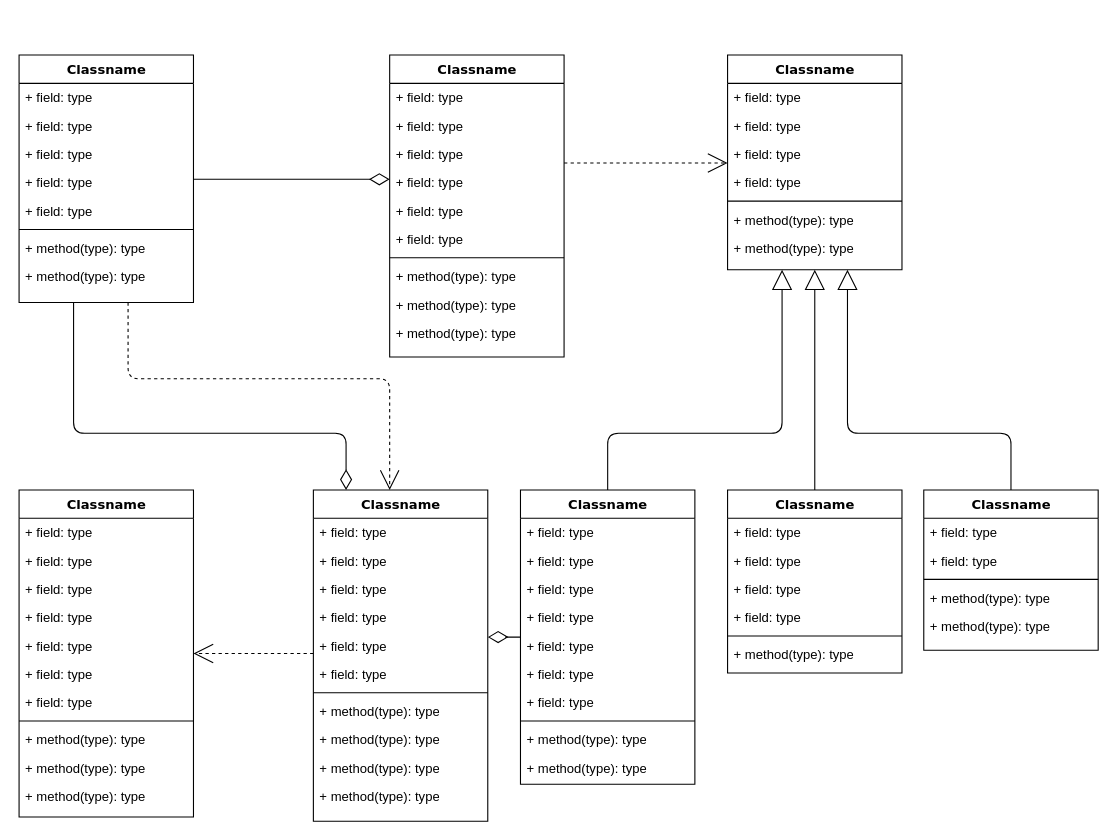
Before: Untitled Diagram.drawio in slng09/industrial-connect-onboarding-task, a draw.io diagram. Source tidied: cells renumbered, new cells numbered last; positions are measured from the earlier drawing's top-left corner, leaving out a move shared by most shapes. Both pictures are drawn from the tidied source at 109%, with x=0, y=0 at pixel (19, 55).
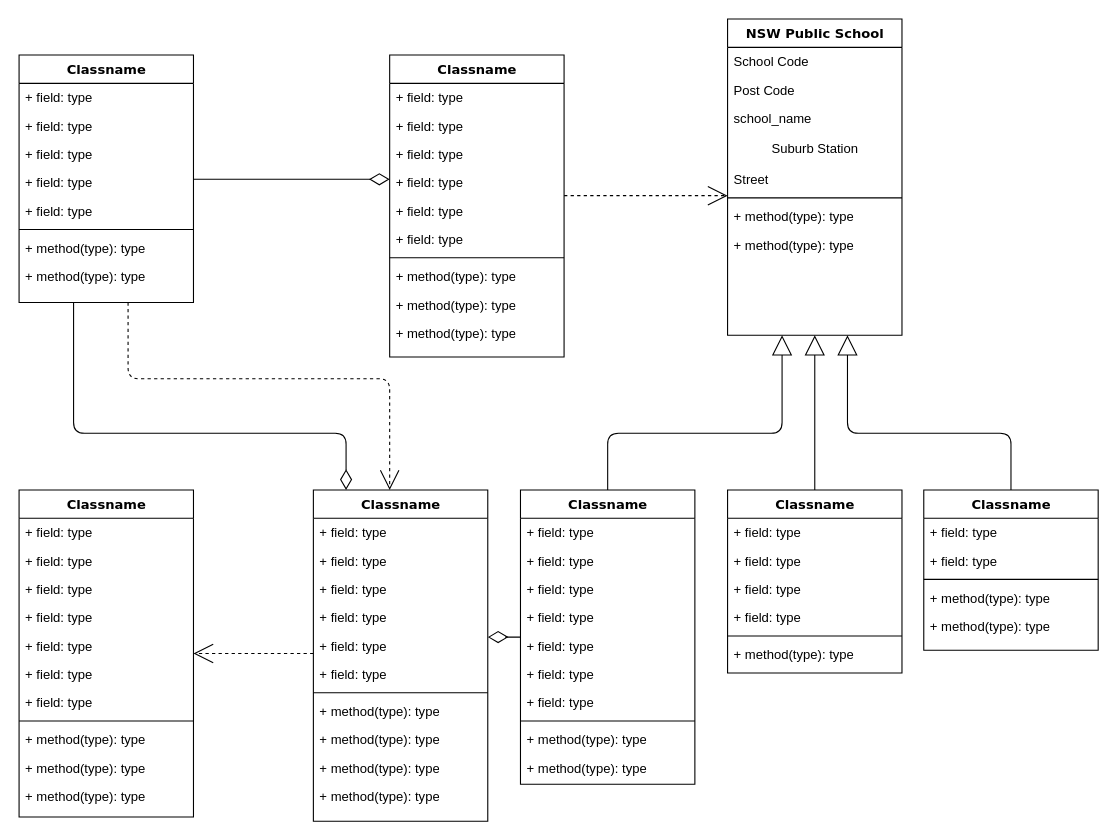
Above is the later version.

What changed in the source:
```diff
@@
-    <mxCell id="25" value="Classname" style="swimlane;html=1;fontStyle=1;align=center;verticalAlign=top;horizontal=1;startSize=26;swimlaneFillColor=#ffffff;rounded=0;shadow=0;comic=0;labelBackgroundColor=none;strokeWidth=1;fillColor=none;fontFamily=Verdana;fontSize=12;" parent="1" vertex="1">
-      <mxGeometry x="650" width="160" height="197" as="geometry" />
+    <mxCell id="25" value="NSW Public School" style="swimlane;html=1;fontStyle=1;align=center;verticalAlign=top;horizontal=1;startSize=26;swimlaneFillColor=#ffffff;rounded=0;shadow=0;comic=0;labelBackgroundColor=none;strokeWidth=1;fillColor=none;fontFamily=Verdana;fontSize=12;" parent="1" vertex="1">
+      <mxGeometry x="650" y="-33" width="160" height="290" as="geometry" />
     </mxCell>
-    <mxCell id="26" value="+ field: type" style="text;html=1;strokeColor=none;fillColor=none;align=left;verticalAlign=top;spacingLeft=4;spacingRight=4;whiteSpace=wrap;overflow=hidden;" parent="25" vertex="1">
+    <mxCell id="26" value="School Code" style="text;html=1;strokeColor=none;fillColor=none;align=left;verticalAlign=top;spacingLeft=4;spacingRight=4;whiteSpace=wrap;overflow=hidden;" parent="25" vertex="1">
       <mxGeometry y="26" width="160" height="26" as="geometry" />
     </mxCell>
-    <mxCell id="27" value="+ field: type" style="text;html=1;strokeColor=none;fillColor=none;align=left;verticalAlign=top;spacingLeft=4;spacingRight=4;whiteSpace=wrap;overflow=hidden;" parent="25" vertex="1">
+    <mxCell id="27" value="Post Code" style="text;html=1;strokeColor=none;fillColor=none;align=left;verticalAlign=top;spacingLeft=4;spacingRight=4;whiteSpace=wrap;overflow=hidden;" parent="25" vertex="1">
       <mxGeometry y="52" width="160" height="26" as="geometry" />
     </mxCell>
-    <mxCell id="28" value="+ field: type" style="text;html=1;strokeColor=none;fillColor=none;align=left;verticalAlign=top;spacingLeft=4;spacingRight=4;whiteSpace=wrap;overflow=hidden;" parent="25" vertex="1">
+    <mxCell id="28" value="school_name" style="text;html=1;strokeColor=none;fillColor=none;align=left;verticalAlign=top;spacingLeft=4;spacingRight=4;whiteSpace=wrap;overflow=hidden;" parent="25" vertex="1">
       <mxGeometry y="78" width="160" height="26" as="geometry" />
     </mxCell>
+    <mxCell id="87" value="Suburb Station" style="text;html=1;align=center;verticalAlign=middle;fillColor=none;strokeColor=none;rounded=0;" parent="25" vertex="1">
+      <mxGeometry y="104" width="160" height="30" as="geometry" />
+    </mxCell>
-    <mxCell id="29" value="+ field: type" style="text;html=1;strokeColor=none;fillColor=none;align=left;verticalAlign=top;spacingLeft=4;spacingRight=4;whiteSpace=wrap;overflow=hidden;" parent="25" vertex="1">
-      <mxGeometry y="104" width="160" height="26" as="geometry" />
+    <mxCell id="29" value="Street" style="text;html=1;strokeColor=none;fillColor=none;align=left;verticalAlign=top;spacingLeft=4;spacingRight=4;whiteSpace=wrap;overflow=hidden;" parent="25" vertex="1">
+      <mxGeometry y="134" width="160" height="26" as="geometry" />
     </mxCell>
     <mxCell id="30" style="line;html=1;strokeWidth=1;fillColor=none;align=left;verticalAlign=middle;spacingTop=-1;spacingLeft=3;spacingRight=3;labelPosition=right;" parent="25" vertex="1">
-      <mxGeometry y="130" width="160" height="8" as="geometry" />
+      <mxGeometry y="160" width="160" height="8" as="geometry" />
     </mxCell>
+    <mxCell id="32" value="+ method(type): type" style="text;html=1;strokeColor=none;fillColor=none;align=left;verticalAlign=top;spacingLeft=4;spacingRight=4;whiteSpace=wrap;overflow=hidden;" parent="25" vertex="1">
+      <mxGeometry y="168" width="160" height="26" as="geometry" />
+    </mxCell>
     <mxCell id="31" value="+ method(type): type" style="text;html=1;strokeColor=none;fillColor=none;align=left;verticalAlign=top;spacingLeft=4;spacingRight=4;whiteSpace=wrap;overflow=hidden;" parent="25" vertex="1">
-      <mxGeometry y="138" width="160" height="26" as="geometry" />
+      <mxGeometry y="194" width="160" height="26" as="geometry" />
     </mxCell>
-    <mxCell id="32" value="+ method(type): type" style="text;html=1;strokeColor=none;fillColor=none;align=left;verticalAlign=top;spacingLeft=4;spacingRight=4;whiteSpace=wrap;overflow=hidden;" parent="25" vertex="1">
-      <mxGeometry y="164" width="160" height="26" as="geometry" />
-    </mxCell>
```
